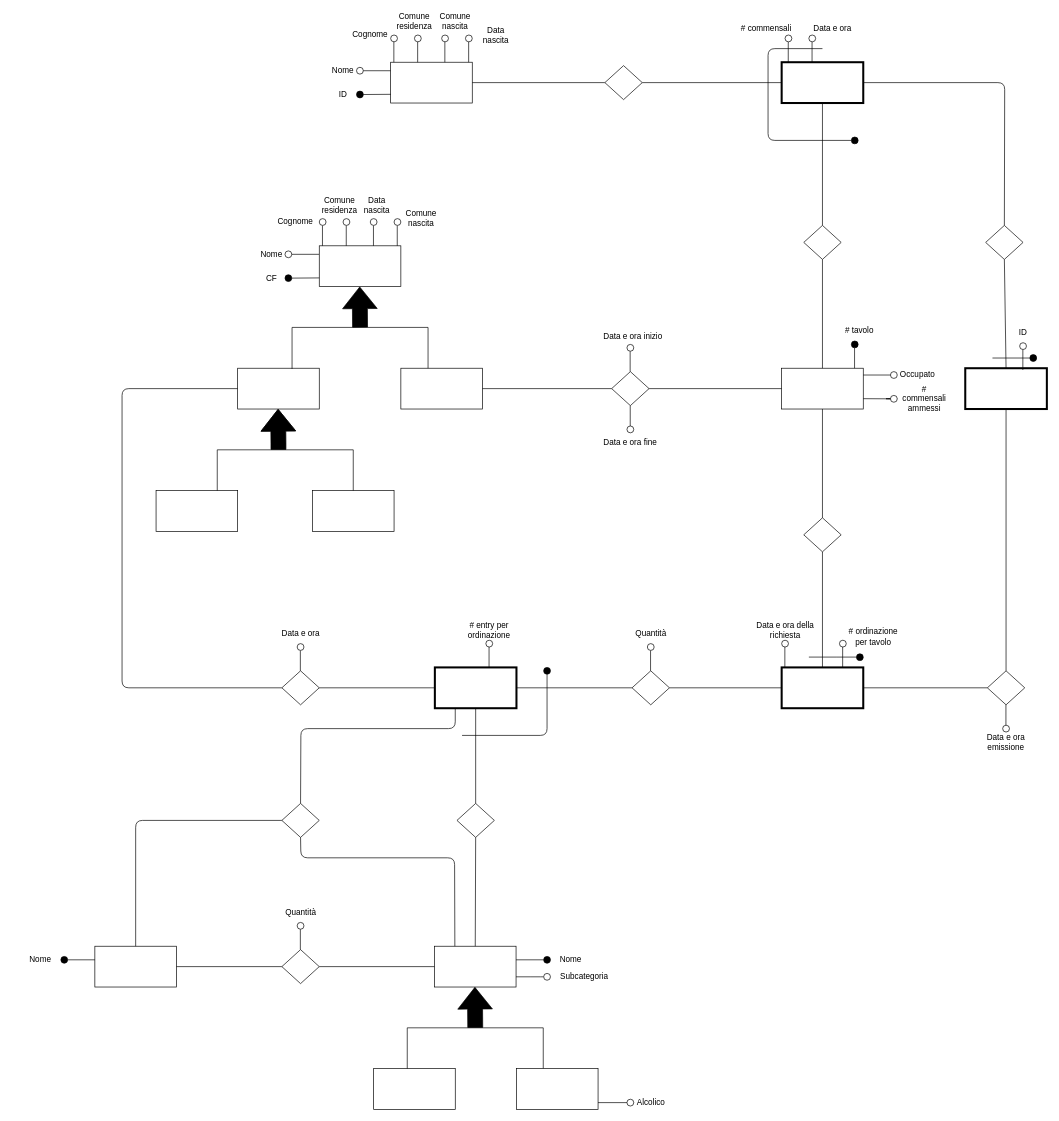
Earlier version of the draw.io diagram pizzeria.drawio (StefanoBelli/pizzeria). Source tidied: cells renumbered, new cells numbered last; positions are measured from the earlier drawing's top-left corner, leaving out a move shared by most shapes. Both pictures are drawn from the tidied source at 68%, with x=0, y=0 at pixel (27, 14).
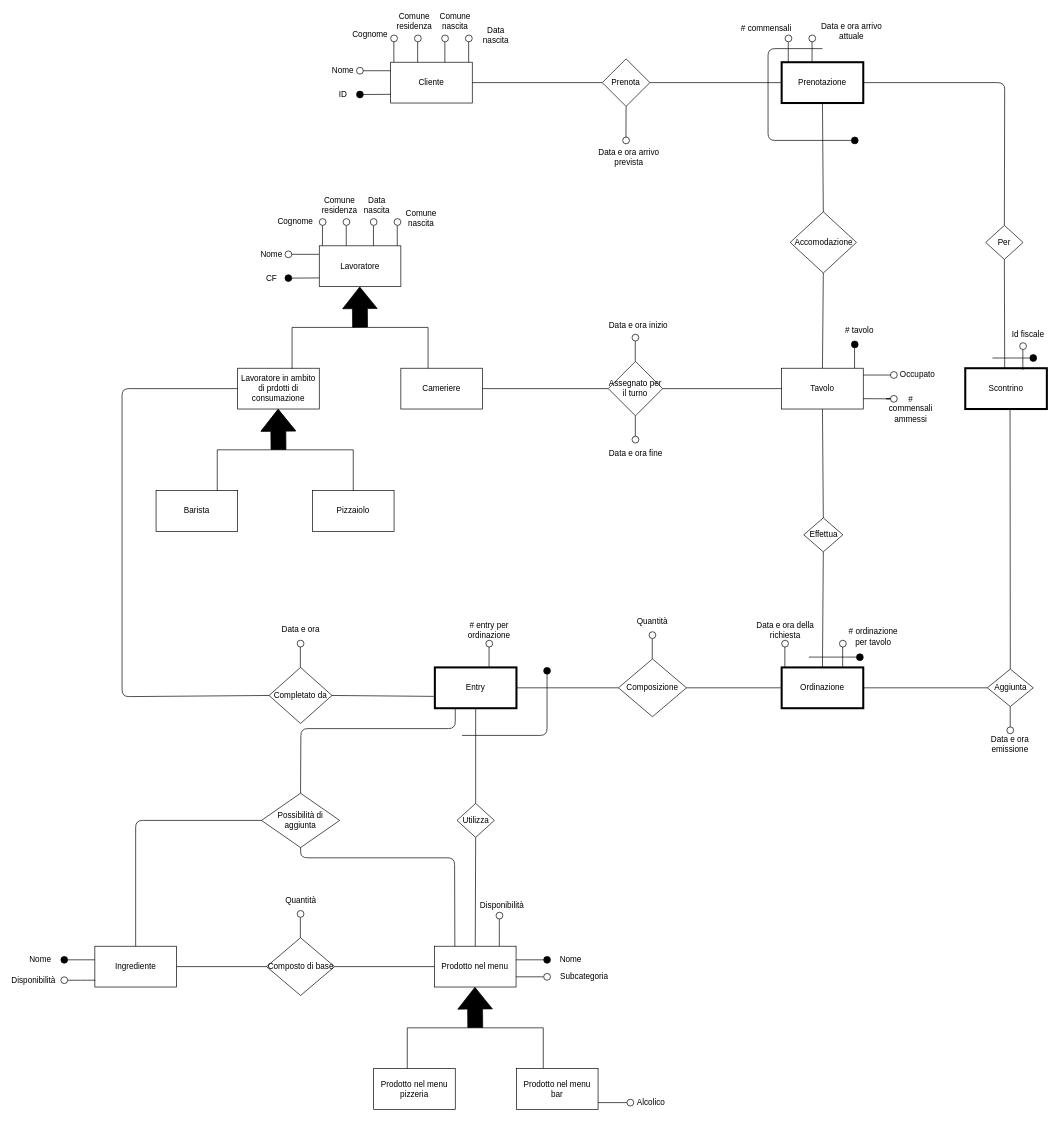
The same diagram, later.

Commit message:
Update pizzeria.drawio (higher details: names)

Change to the diagram source:
```diff
@@
-    <mxCell id="2" style="rounded=0;whiteSpace=wrap;html=1;" parent="1" vertex="1">
+    <mxCell id="2" value="Cliente" style="rounded=0;whiteSpace=wrap;html=1;" parent="1" vertex="1">
       <mxGeometry x="535" y="70" width="120" height="60" as="geometry" />
     </mxCell>
-    <mxCell id="3" style="rhombus;whiteSpace=wrap;html=1;" parent="1" vertex="1">
-      <mxGeometry x="850" y="75" width="55" height="50" as="geometry" />
+    <mxCell id="3" value="Prenota" style="rhombus;whiteSpace=wrap;html=1;" parent="1" vertex="1">
+      <mxGeometry x="846.2" y="65" width="70" height="70" as="geometry" />
     </mxCell>
-    <mxCell id="4" style="rounded=0;whiteSpace=wrap;html=1;strokeWidth=3;" parent="1" vertex="1">
+    <mxCell id="4" value="Prenotazione" style="rounded=0;whiteSpace=wrap;html=1;strokeWidth=3;" parent="1" vertex="1">
       <mxGeometry x="1110" y="70" width="120" height="60" as="geometry" />
     </mxCell>
-    <mxCell id="5" style="rhombus;whiteSpace=wrap;html=1;" parent="1" vertex="1">
-      <mxGeometry x="1142.5" y="310" width="55" height="50" as="geometry" />
+    <mxCell id="5" value="Accomodazione" style="rhombus;whiteSpace=wrap;html=1;" parent="1" vertex="1">
+      <mxGeometry x="1122.5" y="290" width="97.5" height="90" as="geometry" />
     </mxCell>
-    <mxCell id="6" style="rounded=0;whiteSpace=wrap;html=1;" parent="1" vertex="1">
+    <mxCell id="6" value="Tavolo" style="rounded=0;whiteSpace=wrap;html=1;" parent="1" vertex="1">
       <mxGeometry x="1110" y="520" width="120" height="60" as="geometry" />
     </mxCell>
-    <mxCell id="7" style="rhombus;whiteSpace=wrap;html=1;" parent="1" vertex="1">
-      <mxGeometry x="860" y="525" width="55" height="50" as="geometry" />
+    <mxCell id="7" value="Assegnato per il turno" style="rhombus;whiteSpace=wrap;html=1;" parent="1" vertex="1">
+      <mxGeometry x="855" y="510" width="80" height="80" as="geometry" />
     </mxCell>
-    <mxCell id="8" style="rounded=0;whiteSpace=wrap;html=1;" parent="1" vertex="1">
+    <mxCell id="8" value="Cameriere" style="rounded=0;whiteSpace=wrap;html=1;" parent="1" vertex="1">
       <mxGeometry x="550" y="520" width="120" height="60" as="geometry" />
     </mxCell>
-    <mxCell id="9" style="rounded=0;whiteSpace=wrap;html=1;" parent="1" vertex="1">
+    <mxCell id="9" value="Lavoratore" style="rounded=0;whiteSpace=wrap;html=1;" parent="1" vertex="1">
       <mxGeometry x="430" y="340" width="120" height="60" as="geometry" />
     </mxCell>
-    <mxCell id="10" style="rounded=0;whiteSpace=wrap;html=1;" parent="1" vertex="1">
+    <mxCell id="10" value="Lavoratore in ambito di prdotti di consumazione" style="rounded=0;whiteSpace=wrap;html=1;" parent="1" vertex="1">
       <mxGeometry x="310" y="520" width="120" height="60" as="geometry" />
     </mxCell>
-    <mxCell id="11" style="rounded=0;whiteSpace=wrap;html=1;" parent="1" vertex="1">
+    <mxCell id="11" value="Barista" style="rounded=0;whiteSpace=wrap;html=1;" parent="1" vertex="1">
       <mxGeometry x="190" y="700" width="120" height="60" as="geometry" />
     </mxCell>
-    <mxCell id="12" style="rounded=0;whiteSpace=wrap;html=1;" parent="1" vertex="1">
+    <mxCell id="12" value="Pizzaiolo" style="rounded=0;whiteSpace=wrap;html=1;" parent="1" vertex="1">
       <mxGeometry x="420" y="700" width="120" height="60" as="geometry" />
     </mxCell>
@@
-    <mxCell id="27" style="rhombus;whiteSpace=wrap;html=1;" parent="1" vertex="1">
-      <mxGeometry x="1142.5" y="740" width="55" height="50" as="geometry" />
+    <mxCell id="27" value="Effettua" style="rhombus;whiteSpace=wrap;html=1;" parent="1" vertex="1">
+      <mxGeometry x="1142.5" y="740" width="57.5" height="50" as="geometry" />
     </mxCell>
-    <mxCell id="28" style="rounded=0;whiteSpace=wrap;html=1;strokeWidth=3;" parent="1" vertex="1">
+    <mxCell id="28" value="Ordinazione" style="rounded=0;whiteSpace=wrap;html=1;strokeWidth=3;" parent="1" vertex="1">
       <mxGeometry x="1110" y="960" width="120" height="60" as="geometry" />
     </mxCell>
@@
-    <mxCell id="31" style="rhombus;whiteSpace=wrap;html=1;" parent="1" vertex="1">
-      <mxGeometry x="1412.5" y="965" width="55" height="50" as="geometry" />
+    <mxCell id="31" value="&lt;div&gt;Aggiunta&lt;/div&gt;" style="rhombus;whiteSpace=wrap;html=1;" parent="1" vertex="1">
+      <mxGeometry x="1412.5" y="962.5" width="67.5" height="55" as="geometry" />
     </mxCell>
-    <mxCell id="32" style="rounded=0;whiteSpace=wrap;html=1;strokeWidth=3;" parent="1" vertex="1">
+    <mxCell id="32" value="Scontrino" style="rounded=0;whiteSpace=wrap;html=1;strokeWidth=3;" parent="1" vertex="1">
       <mxGeometry x="1380" y="520" width="120" height="60" as="geometry" />
     </mxCell>
-    <mxCell id="33" style="rhombus;whiteSpace=wrap;html=1;" parent="1" vertex="1">
+    <mxCell id="33" value="Per" style="rhombus;whiteSpace=wrap;html=1;" parent="1" vertex="1">
       <mxGeometry x="1410" y="310" width="55" height="50" as="geometry" />
     </mxCell>
@@
-    <mxCell id="35" style="endArrow=none;html=1;fillColor=#000000;entryX=0.5;entryY=1;entryDx=0;entryDy=0;exitX=0.5;exitY=0;exitDx=0;exitDy=0;" parent="1" edge="1" source="31" target="32">
+    <mxCell id="35" style="endArrow=none;html=1;fillColor=#000000;entryX=0.549;entryY=1.02;entryDx=0;entryDy=0;exitX=0.5;exitY=0;exitDx=0;exitDy=0;entryPerimeter=0;" parent="1" edge="1" source="31" target="32">
       <mxGeometry relative="1" as="geometry" />
     </mxCell>
-    <mxCell id="36" style="endArrow=none;html=1;fillColor=#000000;entryX=0.5;entryY=1;entryDx=0;entryDy=0;exitX=0.5;exitY=0;exitDx=0;exitDy=0;" parent="1" edge="1" source="32" target="33">
-      <mxGeometry relative="1" as="geometry" />
+    <mxCell id="36" style="endArrow=none;html=1;fillColor=#000000;entryX=0.5;entryY=1;entryDx=0;entryDy=0;" parent="1" edge="1" target="33">
+      <mxGeometry relative="1" as="geometry">
+        <mxPoint x="1438" y="520" as="sourcePoint" />
+      </mxGeometry>
     </mxCell>
@@
-    <mxCell id="38" style="rounded=0;whiteSpace=wrap;html=1;strokeWidth=3;" parent="1" vertex="1">
+    <mxCell id="38" value="Entry" style="rounded=0;whiteSpace=wrap;html=1;strokeWidth=3;" parent="1" vertex="1">
       <mxGeometry x="600" y="960" width="120" height="60" as="geometry" />
     </mxCell>
-    <mxCell id="39" style="rhombus;whiteSpace=wrap;html=1;" parent="1" vertex="1">
-      <mxGeometry x="890" y="965" width="55" height="50" as="geometry" />
+    <mxCell id="39" value="&lt;div&gt;Composizione&lt;/div&gt;" style="rhombus;whiteSpace=wrap;html=1;" parent="1" vertex="1">
+      <mxGeometry x="870" y="947.5" width="100" height="85" as="geometry" />
     </mxCell>
-    <mxCell id="40" style="rhombus;whiteSpace=wrap;html=1;" parent="1" vertex="1">
-      <mxGeometry x="375" y="965" width="55" height="50" as="geometry" />
+    <mxCell id="40" value="&lt;div&gt;Completato da&lt;/div&gt;" style="rhombus;whiteSpace=wrap;html=1;" parent="1" vertex="1">
+      <mxGeometry x="356.2" y="960" width="92.5" height="82.5" as="geometry" />
     </mxCell>
     <mxCell id="41" style="endArrow=none;html=1;fillColor=#000000;entryX=0;entryY=0.5;entryDx=0;entryDy=0;exitX=0;exitY=0.5;exitDx=0;exitDy=0;" parent="1" edge="1" source="40" target="10">
       <mxGeometry relative="1" as="geometry">
         <Array as="points">
-          <mxPoint x="140" y="990" />
+          <mxPoint x="140" y="1003" />
           <mxPoint x="140" y="550" />
         </Array>
       </mxGeometry>
     </mxCell>
-    <mxCell id="42" style="endArrow=none;html=1;fillColor=#000000;entryX=0;entryY=0.5;entryDx=0;entryDy=0;exitX=1;exitY=0.5;exitDx=0;exitDy=0;" parent="1" edge="1" source="40" target="38">
+    <mxCell id="42" style="endArrow=none;html=1;fillColor=#000000;exitX=1;exitY=0.5;exitDx=0;exitDy=0;entryX=0;entryY=0.71;entryDx=0;entryDy=0;entryPerimeter=0;" parent="1" edge="1" source="40" target="38">
       <mxGeometry relative="1" as="geometry" />
     </mxCell>
@@
-    <mxCell id="45" style="rhombus;whiteSpace=wrap;html=1;" parent="1" vertex="1">
+    <mxCell id="45" value="Utilizza" style="rhombus;whiteSpace=wrap;html=1;" parent="1" vertex="1">
       <mxGeometry x="632.5" y="1160" width="55" height="50" as="geometry" />
     </mxCell>
-    <mxCell id="46" style="rounded=0;whiteSpace=wrap;html=1;" parent="1" vertex="1">
+    <mxCell id="46" value="Prodotto nel menu" style="rounded=0;whiteSpace=wrap;html=1;" parent="1" vertex="1">
       <mxGeometry x="599.4" y="1370" width="120" height="60" as="geometry" />
     </mxCell>
@@
-    <mxCell id="51" style="rounded=0;whiteSpace=wrap;html=1;" parent="1" vertex="1">
+    <mxCell id="51" value="Prodotto nel menu pizzeria" style="rounded=0;whiteSpace=wrap;html=1;" parent="1" vertex="1">
       <mxGeometry x="510" y="1550" width="120" height="60" as="geometry" />
     </mxCell>
-    <mxCell id="52" style="rounded=0;whiteSpace=wrap;html=1;" parent="1" vertex="1">
+    <mxCell id="52" value="Prodotto nel menu bar" style="rounded=0;whiteSpace=wrap;html=1;" parent="1" vertex="1">
       <mxGeometry x="720" y="1550" width="120" height="60" as="geometry" />
     </mxCell>
@@
-    <mxCell id="55" style="rounded=0;whiteSpace=wrap;html=1;" parent="1" vertex="1">
+    <mxCell id="55" value="Ingrediente" style="rounded=0;whiteSpace=wrap;html=1;" parent="1" vertex="1">
       <mxGeometry x="100" y="1370" width="120" height="60" as="geometry" />
     </mxCell>
-    <mxCell id="56" style="rhombus;whiteSpace=wrap;html=1;" parent="1" vertex="1">
-      <mxGeometry x="375" y="1375" width="55" height="50" as="geometry" />
+    <mxCell id="56" value="&lt;div&gt;Composto di base&lt;br&gt;&lt;/div&gt;" style="rhombus;whiteSpace=wrap;html=1;" parent="1" vertex="1">
+      <mxGeometry x="352.5" y="1357.5" width="100" height="85" as="geometry" />
     </mxCell>
-    <mxCell id="57" style="rhombus;whiteSpace=wrap;html=1;" parent="1" vertex="1">
-      <mxGeometry x="375" y="1160" width="55" height="50" as="geometry" />
+    <mxCell id="57" value="Possibilità di aggiunta" style="rhombus;whiteSpace=wrap;html=1;" parent="1" vertex="1">
+      <mxGeometry x="345" y="1145" width="115" height="80" as="geometry" />
     </mxCell>
@@
-    <mxCell id="86" value="Data e ora" style="text;html=1;strokeColor=none;fillColor=none;align=center;verticalAlign=middle;whiteSpace=wrap;rounded=0;" parent="1" vertex="1">
-      <mxGeometry x="1150" y="10" width="70" height="20" as="geometry" />
+    <mxCell id="86" value="Data e ora arrivo attuale" style="text;html=1;strokeColor=none;fillColor=none;align=center;verticalAlign=middle;whiteSpace=wrap;rounded=0;" parent="1" vertex="1">
+      <mxGeometry x="1162.5" y="15" width="100" height="20" as="geometry" />
     </mxCell>
     <mxCell id="87" style="endArrow=none;html=1;fillColor=#000000;" parent="1" edge="1">
       <mxGeometry relative="1" as="geometry">
-        <mxPoint x="887.2" y="525" as="sourcePoint" />
-        <mxPoint x="887.2" y="495" as="targetPoint" />
+        <mxPoint x="894.7" y="510" as="sourcePoint" />
+        <mxPoint x="894.7" y="480" as="targetPoint" />
       </mxGeometry>
     </mxCell>
     <mxCell id="88" style="ellipse;whiteSpace=wrap;html=1;" parent="1" vertex="1">
-      <mxGeometry x="882.5" y="485" width="10" height="10" as="geometry" />
+      <mxGeometry x="890" y="470" width="10" height="10" as="geometry" />
     </mxCell>
     <mxCell id="89" value="Data e ora inizio" style="text;html=1;strokeColor=none;fillColor=none;align=center;verticalAlign=middle;whiteSpace=wrap;rounded=0;" parent="1" vertex="1">
-      <mxGeometry x="845" y="462.5" width="92.5" height="20" as="geometry" />
+      <mxGeometry x="852.5" y="447.5" width="92.5" height="20" as="geometry" />
     </mxCell>
@@
     <mxCell id="102" style="endArrow=none;html=1;fillColor=#000000;" parent="1" edge="1">
       <mxGeometry relative="1" as="geometry">
-        <mxPoint x="402.2" y="1375" as="sourcePoint" />
-        <mxPoint x="402.2" y="1345" as="targetPoint" />
+        <mxPoint x="402.2" y="1357.5" as="sourcePoint" />
+        <mxPoint x="402.2" y="1327.5" as="targetPoint" />
       </mxGeometry>
     </mxCell>
     <mxCell id="103" style="ellipse;whiteSpace=wrap;html=1;" parent="1" vertex="1">
-      <mxGeometry x="397.5" y="1335" width="10" height="10" as="geometry" />
+      <mxGeometry x="397.5" y="1317.5" width="10" height="10" as="geometry" />
     </mxCell>
     <mxCell id="104" value="&lt;div&gt;Quantità&lt;/div&gt;" style="text;html=1;strokeColor=none;fillColor=none;align=center;verticalAlign=middle;whiteSpace=wrap;rounded=0;" parent="1" vertex="1">
-      <mxGeometry x="382.5" y="1310" width="40" height="20" as="geometry" />
+      <mxGeometry x="382.5" y="1292.5" width="40" height="20" as="geometry" />
     </mxCell>
@@
     <mxCell id="117" value="# commensali ammessi" style="text;html=1;strokeColor=none;fillColor=none;align=center;verticalAlign=middle;whiteSpace=wrap;rounded=0;" parent="1" vertex="1">
-      <mxGeometry x="1300" y="555" width="40" height="20" as="geometry" />
+      <mxGeometry x="1280" y="570" width="40" height="20" as="geometry" />
     </mxCell>
@@
-    <mxCell id="120" value="&lt;div&gt;ID&lt;/div&gt;" style="text;html=1;strokeColor=none;fillColor=none;align=center;verticalAlign=middle;whiteSpace=wrap;rounded=0;" parent="1" vertex="1">
-      <mxGeometry x="1445" y="457.5" width="40" height="20" as="geometry" />
+    <mxCell id="120" value="&lt;div&gt;Id fiscale&lt;br&gt;&lt;/div&gt;" style="text;html=1;strokeColor=none;fillColor=none;align=center;verticalAlign=middle;whiteSpace=wrap;rounded=0;" parent="1" vertex="1">
+      <mxGeometry x="1445" y="460" width="55" height="20" as="geometry" />
     </mxCell>
     <mxCell id="121" style="endArrow=none;html=1;fillColor=#000000;" parent="1" edge="1">
       <mxGeometry relative="1" as="geometry">
-        <mxPoint x="402.2" y="965" as="sourcePoint" />
-        <mxPoint x="402.2" y="935" as="targetPoint" />
+        <mxPoint x="402.2" y="960" as="sourcePoint" />
+        <mxPoint x="402.2" y="930" as="targetPoint" />
       </mxGeometry>
     </mxCell>
     <mxCell id="122" style="ellipse;whiteSpace=wrap;html=1;" parent="1" vertex="1">
-      <mxGeometry x="397.5" y="925" width="10" height="10" as="geometry" />
+      <mxGeometry x="397.5" y="920" width="10" height="10" as="geometry" />
     </mxCell>
     <mxCell id="123" value="Data e ora" style="text;html=1;strokeColor=none;fillColor=none;align=center;verticalAlign=middle;whiteSpace=wrap;rounded=0;" parent="1" vertex="1">
-      <mxGeometry x="368.8" y="900" width="67.5" height="20" as="geometry" />
+      <mxGeometry x="368.8" y="895" width="67.5" height="20" as="geometry" />
     </mxCell>
     <mxCell id="124" style="endArrow=none;html=1;fillColor=#000000;" parent="1" edge="1">
       <mxGeometry relative="1" as="geometry">
-        <mxPoint x="917.2" y="965" as="sourcePoint" />
-        <mxPoint x="917.2" y="935" as="targetPoint" />
+        <mxPoint x="919.7" y="947.5" as="sourcePoint" />
+        <mxPoint x="919.7" y="917.5" as="targetPoint" />
       </mxGeometry>
     </mxCell>
     <mxCell id="125" style="ellipse;whiteSpace=wrap;html=1;" parent="1" vertex="1">
-      <mxGeometry x="912.5" y="925" width="10" height="10" as="geometry" />
+      <mxGeometry x="915" y="907.5" width="10" height="10" as="geometry" />
     </mxCell>
     <mxCell id="126" value="Quantità" style="text;html=1;strokeColor=none;fillColor=none;align=center;verticalAlign=middle;whiteSpace=wrap;rounded=0;" parent="1" vertex="1">
-      <mxGeometry x="897.5" y="900" width="40" height="20" as="geometry" />
+      <mxGeometry x="900" y="882.5" width="40" height="20" as="geometry" />
     </mxCell>
@@
     <mxCell id="146" style="endArrow=none;html=1;fillColor=#000000;" parent="1" edge="1">
       <mxGeometry relative="1" as="geometry">
-        <mxPoint x="1439.8" y="1045" as="sourcePoint" />
-        <mxPoint x="1439.8" y="1015" as="targetPoint" />
+        <mxPoint x="1446.1" y="1047.5" as="sourcePoint" />
+        <mxPoint x="1446.1" y="1017.5" as="targetPoint" />
       </mxGeometry>
     </mxCell>
     <mxCell id="147" style="ellipse;whiteSpace=wrap;html=1;" parent="1" vertex="1">
-      <mxGeometry x="1435" y="1045" width="10" height="10" as="geometry" />
+      <mxGeometry x="1441.2" y="1047.5" width="10" height="10" as="geometry" />
     </mxCell>
@@
     <mxCell id="159" style="endArrow=none;html=1;fillColor=#000000;" parent="1" edge="1">
       <mxGeometry relative="1" as="geometry">
-        <mxPoint x="887.3" y="605" as="sourcePoint" />
-        <mxPoint x="887.3" y="575" as="targetPoint" />
+        <mxPoint x="894.8" y="620" as="sourcePoint" />
+        <mxPoint x="894.8" y="590" as="targetPoint" />
       </mxGeometry>
     </mxCell>
     <mxCell id="160" style="ellipse;whiteSpace=wrap;html=1;" parent="1" vertex="1">
-      <mxGeometry x="882.5" y="605" width="10" height="10" as="geometry" />
+      <mxGeometry x="890" y="620" width="10" height="10" as="geometry" />
     </mxCell>
     <mxCell id="161" value="Data e ora fine" style="text;html=1;strokeColor=none;fillColor=none;align=center;verticalAlign=middle;whiteSpace=wrap;rounded=0;" parent="1" vertex="1">
-      <mxGeometry x="846.2" y="620" width="82.5" height="20" as="geometry" />
+      <mxGeometry x="853.8" y="635" width="82.5" height="20" as="geometry" />
     </mxCell>
     <mxCell id="162" value="&lt;div&gt;Data e ora emissione&lt;/div&gt;" style="text;html=1;strokeColor=none;fillColor=none;align=center;verticalAlign=middle;whiteSpace=wrap;rounded=0;" parent="1" vertex="1">
-      <mxGeometry x="1395" y="1060" width="90" height="20" as="geometry" />
+      <mxGeometry x="1401.2" y="1062.5" width="90" height="20" as="geometry" />
     </mxCell>
@@
+    <mxCell id="168" style="endArrow=none;html=1;fillColor=#000000;exitX=1;exitY=0.75;exitDx=0;exitDy=0;" parent="1" edge="1">
+      <mxGeometry relative="1" as="geometry">
+        <mxPoint x="60" y="1420" as="sourcePoint" />
+        <mxPoint x="100.6" y="1420" as="targetPoint" />
+        <Array as="points">
+          <mxPoint x="90.6" y="1420" />
+        </Array>
+      </mxGeometry>
+    </mxCell>
+    <mxCell id="169" style="ellipse;whiteSpace=wrap;html=1;fillColor=#FFFFFF;" parent="1" vertex="1">
+      <mxGeometry x="50" y="1415" width="10" height="10" as="geometry" />
+    </mxCell>
+    <mxCell id="170" value="&lt;div&gt;Disponibilità&lt;/div&gt;" style="text;html=1;strokeColor=none;fillColor=none;align=center;verticalAlign=middle;whiteSpace=wrap;rounded=0;direction=east;" parent="1" vertex="1">
+      <mxGeometry x="-10" y="1410" width="40" height="20" as="geometry" />
+    </mxCell>
+    <mxCell id="171" style="endArrow=none;html=1;fillColor=#000000;" parent="1" edge="1">
+      <mxGeometry relative="1" as="geometry">
+        <mxPoint x="694.8" y="1370" as="sourcePoint" />
+        <mxPoint x="694.8" y="1330" as="targetPoint" />
+        <Array as="points">
+          <mxPoint x="694.8" y="1350" />
+        </Array>
+      </mxGeometry>
+    </mxCell>
+    <mxCell id="172" value="&lt;div&gt;Disponibilità&lt;/div&gt;" style="text;html=1;strokeColor=none;fillColor=none;align=center;verticalAlign=middle;whiteSpace=wrap;rounded=0;direction=east;" parent="1" vertex="1">
+      <mxGeometry x="679.4" y="1300" width="40" height="20" as="geometry" />
+    </mxCell>
+    <mxCell id="173" style="ellipse;whiteSpace=wrap;html=1;fillColor=#FFFFFF;" parent="1" vertex="1">
+      <mxGeometry x="690" y="1320" width="10" height="10" as="geometry" />
+    </mxCell>
+    <mxCell id="174" style="endArrow=none;html=1;fillColor=#000000;entryX=0.5;entryY=1;entryDx=0;entryDy=0;" parent="1" edge="1" target="3">
+      <mxGeometry relative="1" as="geometry">
+        <mxPoint x="881" y="185" as="sourcePoint" />
+      </mxGeometry>
+    </mxCell>
+    <mxCell id="175" style="ellipse;whiteSpace=wrap;html=1;" parent="1" vertex="1">
+      <mxGeometry x="876.2" y="180" width="10" height="10" as="geometry" />
+    </mxCell>
+    <mxCell id="176" value="Data e ora arrivo prevista" style="text;html=1;strokeColor=none;fillColor=none;align=center;verticalAlign=middle;whiteSpace=wrap;rounded=0;" parent="1" vertex="1">
+      <mxGeometry x="836" y="200" width="98.8" height="20" as="geometry" />
+    </mxCell>
```
